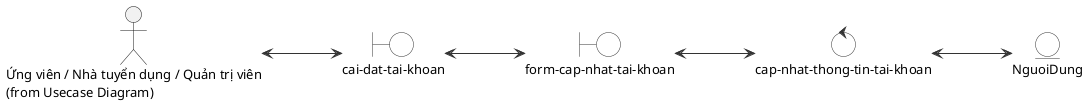
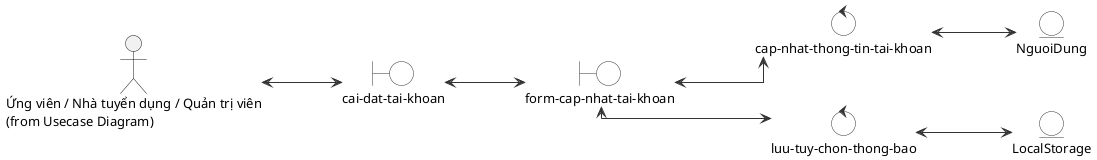
@startuml
skinparam defaultFontName "Segoe UI"
skinparam defaultFontSize 13
skinparam shadowing false
skinparam linetype ortho
skinparam nodesep 50
skinparam ranksep 80
left to right direction
skinparam actorStyle stick
skinparam roundcorner 8
skinparam ArrowColor #333333
skinparam rectangleBorderColor #333333
skinparam boundary {
  BackgroundColor White
  BorderColor #333333
}
skinparam control {
  BackgroundColor White
  BorderColor #333333
}
skinparam entity {
  BackgroundColor White
  BorderColor #333333
}

actor "Ứng viên / Nhà tuyển dụng / Quản trị viên\n(from Usecase Diagram)" as Actor

together {
  boundary "cai-dat-tai-khoan" as UI
  boundary "form-cap-nhat-tai-khoan" as Form
}

together {
-   control "cap-nhat-thong-tin-tai-khoan" as Controller
+   control "cap-nhat-thong-tin-tai-khoan" as AccountController
+   control "luu-tuy-chon-thong-bao" as SettingController
}

together {
  entity "NguoiDung" as NguoiDung
+   entity "LocalStorage" as LocalStorage
}

Actor <--> UI
UI <--> Form
- Form <--> Controller
- Controller <--> NguoiDung
+ Form <--> AccountController
+ AccountController <--> NguoiDung
+ Form <--> SettingController
+ SettingController <--> LocalStorage
@enduml
